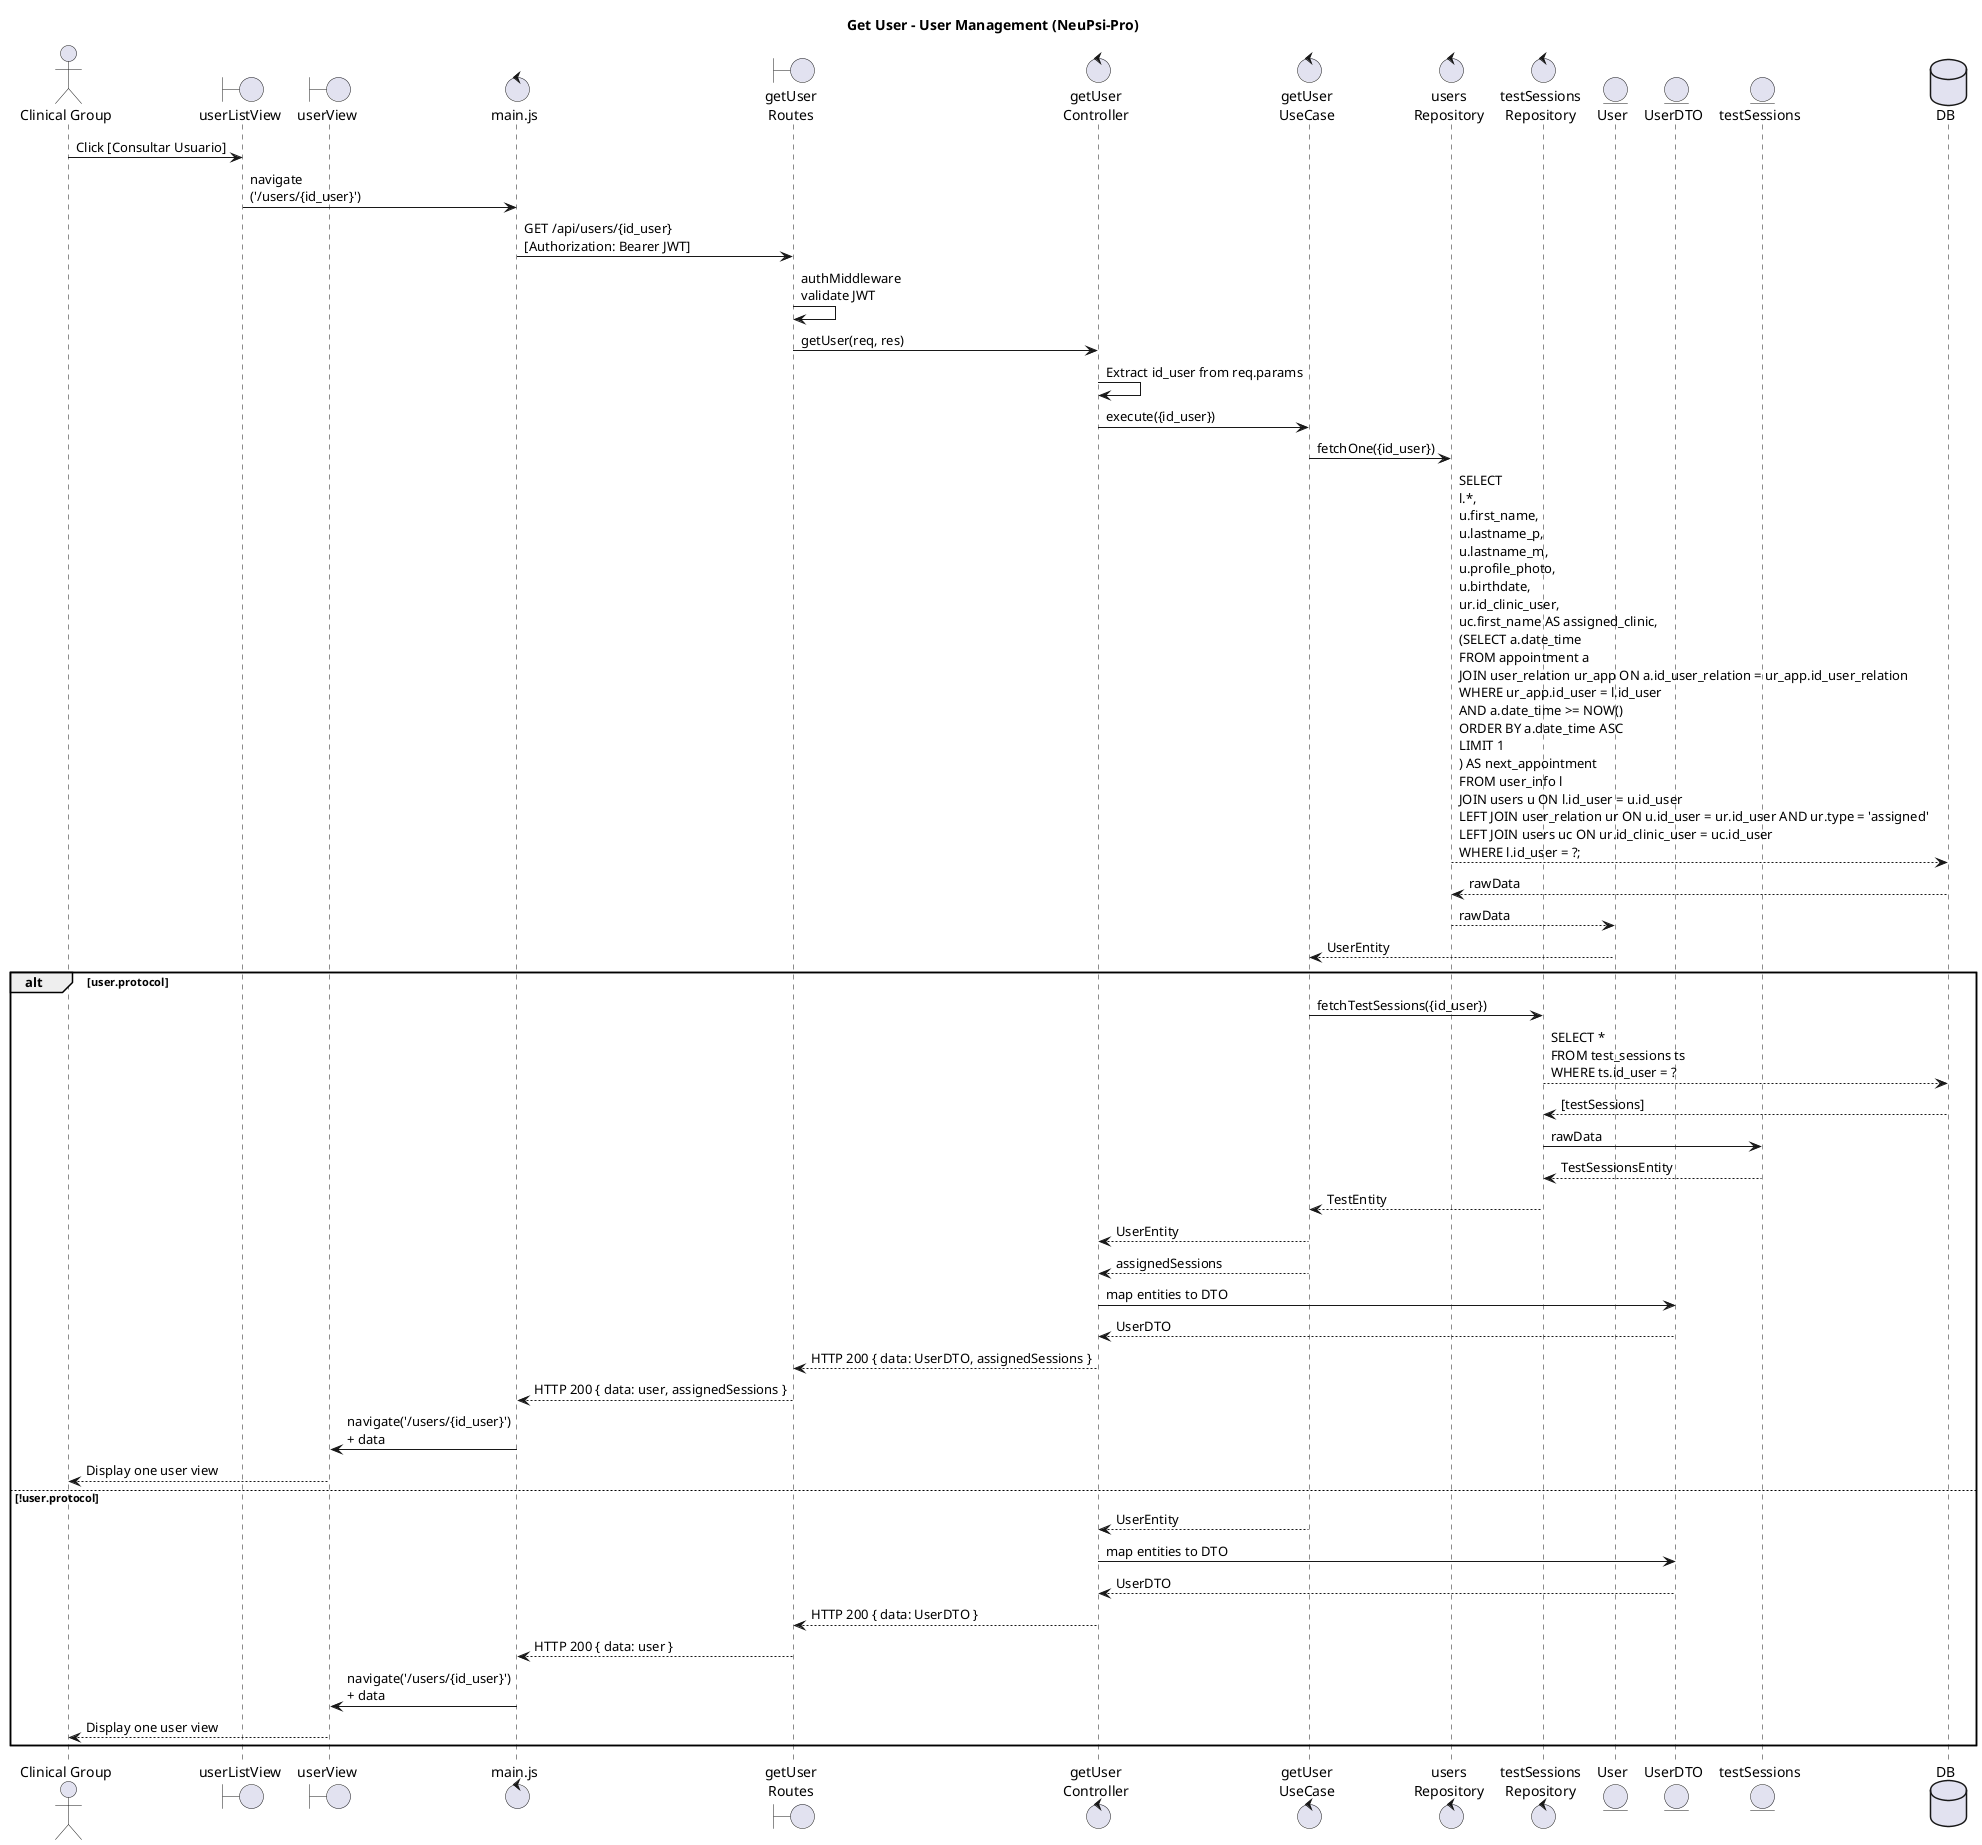
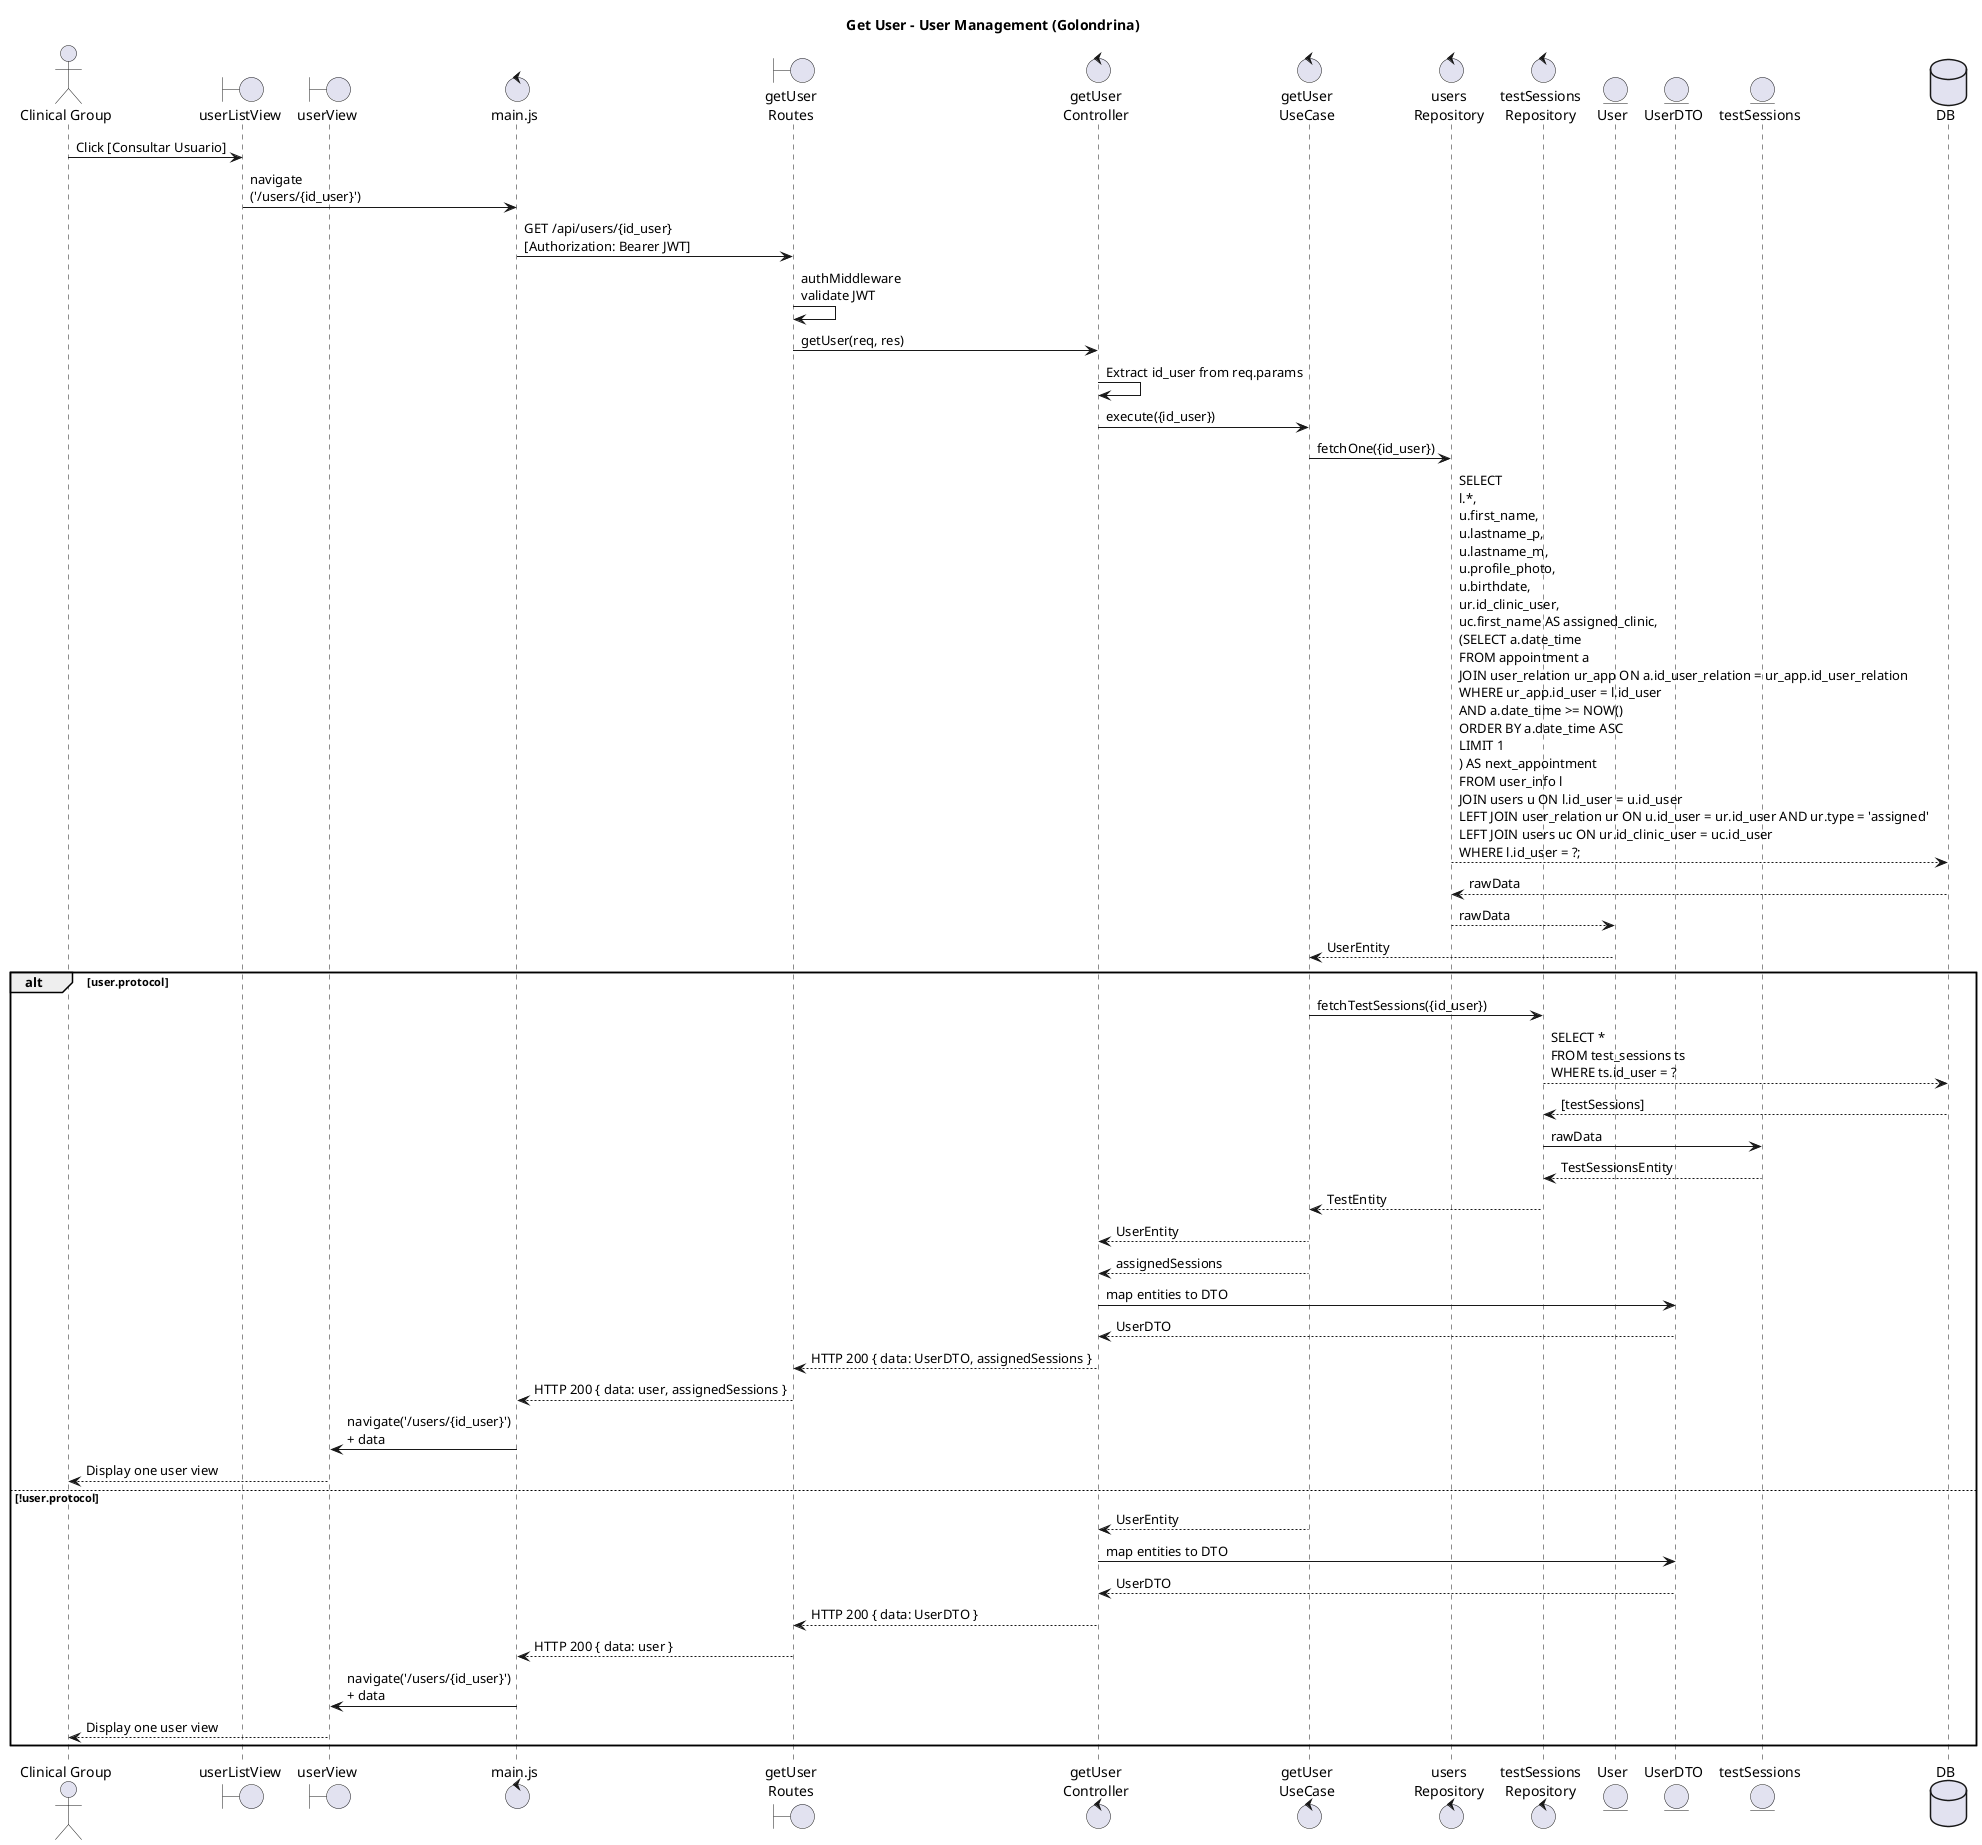
@startuml GU05 Get-User

- title Get User - User Management (NeuPsi-Pro)
+ title Get User - User Management (Golondrina)

actor "Clinical Group" as CG

boundary "userListView" as VUsers
boundary "userView" as VOne
control "main.js" as MAIN
boundary "getUser\nRoutes" as ROUTE
control "getUser\nController" as CTRL
control "getUser\nUseCase" as UC
control "users\nRepository" as REPO
control "testSessions\nRepository" as tsREPO
entity "User" as ENT
entity "UserDTO" as DTO
entity "testSessions" as tsENT
database DB

CG -> VUsers : Click [Consultar Usuario]
VUsers -> MAIN : navigate\n('/users/{id_user}')

MAIN -> ROUTE : GET /api/users/{id_user}\n[Authorization: Bearer JWT]

ROUTE -> ROUTE : authMiddleware\nvalidate JWT
ROUTE -> CTRL : getUser(req, res)

CTRL -> CTRL : Extract id_user from req.params

CTRL -> UC : execute({id_user})

UC -> REPO : fetchOne({id_user})

REPO --> DB : SELECT \nl.*, \nu.first_name,\nu.lastname_p,\nu.lastname_m,\nu.profile_photo,\nu.birthdate, \nur.id_clinic_user, \nuc.first_name AS assigned_clinic, \n(SELECT a.date_time \nFROM appointment a \nJOIN user_relation ur_app ON a.id_user_relation = ur_app.id_user_relation \nWHERE ur_app.id_user = l.id_user \nAND a.date_time >= NOW() \nORDER BY a.date_time ASC \nLIMIT 1 \n) AS next_appointment \nFROM user_info l \nJOIN users u ON l.id_user = u.id_user \nLEFT JOIN user_relation ur ON u.id_user = ur.id_user AND ur.type = 'assigned' \nLEFT JOIN users uc ON ur.id_clinic_user = uc.id_user \nWHERE l.id_user = ?;

DB --> REPO : rawData

REPO --> ENT : rawData

ENT --> UC : UserEntity

alt user.protocol

    UC -> tsREPO : fetchTestSessions({id_user})

    tsREPO --> DB : SELECT * \nFROM test_sessions ts \nWHERE ts.id_user = ?

    DB --> tsREPO : [testSessions]

    tsREPO -> tsENT : rawData

    tsENT --> tsREPO : TestSessionsEntity

    tsREPO --> UC : TestEntity

    UC --> CTRL : UserEntity
    UC --> CTRL : assignedSessions

    CTRL -> DTO : map entities to DTO
    DTO --> CTRL : UserDTO

    CTRL --> ROUTE : HTTP 200 { data: UserDTO, assignedSessions }

    ROUTE --> MAIN : HTTP 200 { data: user, assignedSessions }

    MAIN -> VOne : navigate('/users/{id_user}')\n+ data

    VOne --> CG : Display one user view

else !user.protocol

    UC --> CTRL : UserEntity

    CTRL -> DTO : map entities to DTO
    DTO --> CTRL : UserDTO

    CTRL --> ROUTE : HTTP 200 { data: UserDTO }

    ROUTE --> MAIN : HTTP 200 { data: user }

    MAIN -> VOne : navigate('/users/{id_user}')\n+ data

    VOne --> CG : Display one user view

end

@enduml